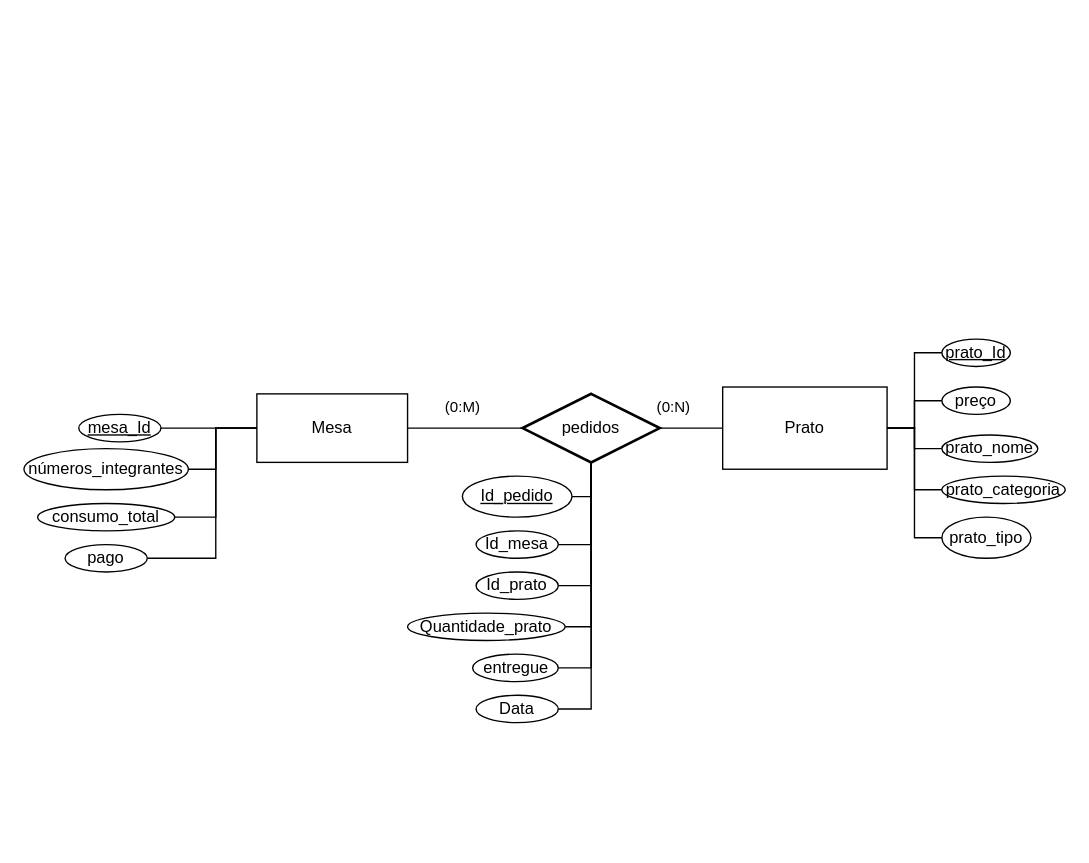
LucasEdu-code/BD_projeto_v1 keeps this draw.io diagram as Modelagem/Diagrama ER.drawio. Above is the earlier version. Source tidied: cells renumbered, new cells numbered last; positions are measured from the earlier drawing's top-left corner, leaving out a move shared by most shapes. Both pictures are drawn from the tidied source at 137%, with x=0, y=0 at pixel (23, 338).
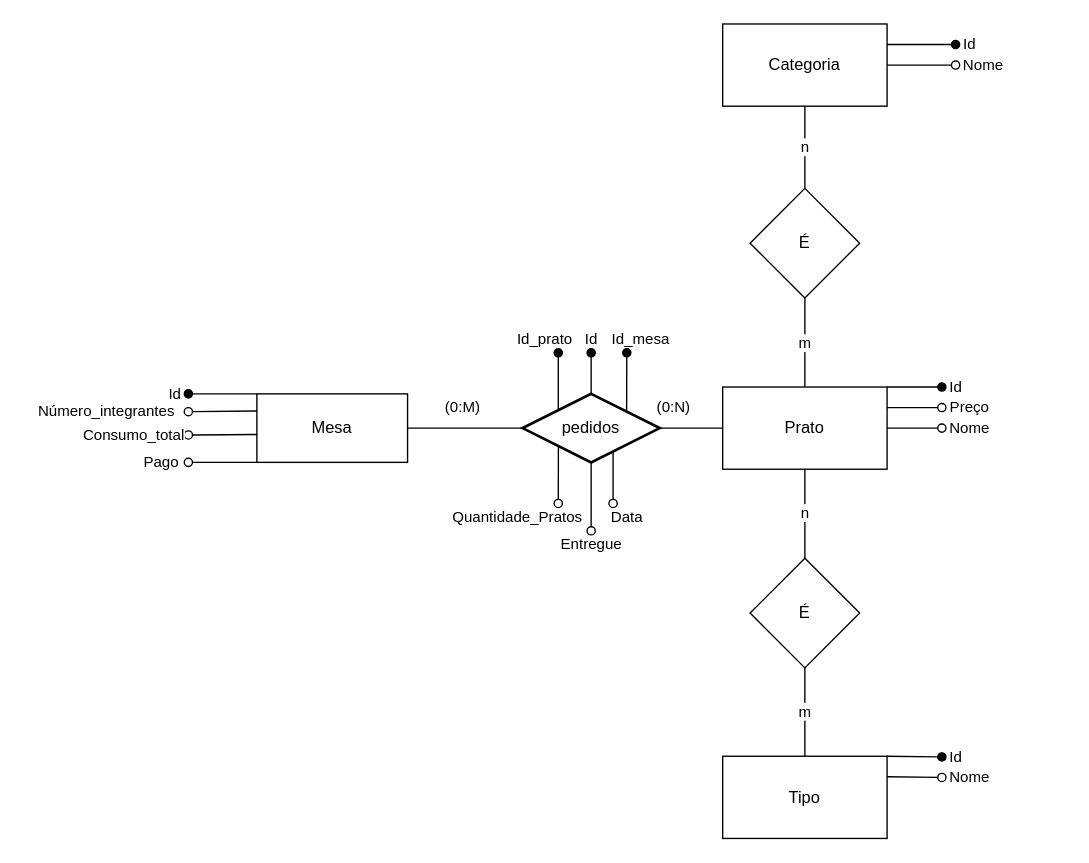
The same diagram, later.

Unchanged cells that the change refers to:
```xml
<mxCell id="2" value="&lt;div&gt;Mesa&lt;/div&gt;" style="html=1;whiteSpace=wrap;" parent="1" vertex="1">
  <mxGeometry x="170" y="40" width="110" height="50" as="geometry" />
</mxCell>
<mxCell id="5" value="&lt;div&gt;pedidos&lt;/div&gt;" style="strokeWidth=2;html=1;shape=mxgraph.flowchart.decision;whiteSpace=wrap;" parent="1" vertex="1">
  <mxGeometry x="364" y="40" width="100" height="50" as="geometry" />
</mxCell>
```

What changed in the source:
```diff
@@
-    <mxCell id="6" style="edgeStyle=orthogonalEdgeStyle;rounded=0;jettySize=auto;html=1;endArrow=none;endFill=0;" parent="1" edge="1" source="7" target="2">
-      <mxGeometry relative="1" as="geometry" />
-    </mxCell>
-    <mxCell id="7" value="&lt;u&gt;mesa_Id&lt;/u&gt;" style="ellipse;whiteSpace=wrap;html=1;" parent="1" vertex="1">
-      <mxGeometry x="40" y="55" width="60" height="20" as="geometry" />
-    </mxCell>
-    <mxCell id="8" style="edgeStyle=orthogonalEdgeStyle;rounded=0;jettySize=auto;html=1;endArrow=none;endFill=0;" parent="1" edge="1" source="9" target="2">
-      <mxGeometry relative="1" as="geometry">
-        <Array as="points">
-          <mxPoint x="140" y="95" />
-          <mxPoint x="140" y="65" />
-        </Array>
-      </mxGeometry>
-    </mxCell>
-    <mxCell id="9" value="números_integrantes" style="ellipse;whiteSpace=wrap;html=1;" parent="1" vertex="1">
-      <mxGeometry y="80" width="120" height="30" as="geometry" />
-    </mxCell>
-    <mxCell id="10" style="edgeStyle=orthogonalEdgeStyle;rounded=0;jettySize=auto;html=1;exitX=1;exitY=0.5;exitDx=0;exitDy=0;entryX=0;entryY=0.5;entryDx=0;entryDy=0;endArrow=none;endFill=0;" parent="1" edge="1" source="11" target="2">
-      <mxGeometry relative="1" as="geometry">
-        <Array as="points">
-          <mxPoint x="140" y="130" />
-          <mxPoint x="140" y="65" />
-        </Array>
-      </mxGeometry>
-    </mxCell>
-    <mxCell id="11" value="consumo_total" style="ellipse;whiteSpace=wrap;html=1;" parent="1" vertex="1">
-      <mxGeometry x="10" y="120" width="100" height="20" as="geometry" />
-    </mxCell>
-    <mxCell id="12" style="edgeStyle=orthogonalEdgeStyle;rounded=0;jettySize=auto;html=1;exitX=1;exitY=0.5;exitDx=0;exitDy=0;entryX=0;entryY=0.5;entryDx=0;entryDy=0;endArrow=none;endFill=0;" parent="1" edge="1" source="13" target="2">
-      <mxGeometry relative="1" as="geometry">
-        <Array as="points">
-          <mxPoint x="140" y="160" />
-          <mxPoint x="140" y="65" />
-        </Array>
-      </mxGeometry>
-    </mxCell>
-    <mxCell id="13" value="pago" style="ellipse;whiteSpace=wrap;html=1;" parent="1" vertex="1">
-      <mxGeometry x="30" y="150" width="60" height="20" as="geometry" />
-    </mxCell>
-    <mxCell id="14" style="edgeStyle=orthogonalEdgeStyle;rounded=0;jettySize=auto;html=1;exitX=1;exitY=0.5;exitDx=0;exitDy=0;entryX=0.5;entryY=1;entryDx=0;entryDy=0;entryPerimeter=0;endArrow=none;endFill=0;" parent="1" edge="1" source="15" target="5">
-      <mxGeometry relative="1" as="geometry" />
-    </mxCell>
+    <mxCell id="34" value="Prato" style="rounded=0;whiteSpace=wrap;html=1;" parent="1" vertex="1">
+      <mxGeometry x="510" y="35" width="120" height="60" as="geometry" />
+    </mxCell>
+    <mxCell id="37" value="n" style="edgeStyle=orthogonalEdgeStyle;rounded=0;jettySize=auto;html=1;endArrow=none;endFill=0;" parent="1" edge="1" source="39" target="40">
+      <mxGeometry relative="1" as="geometry" />
+    </mxCell>
+    <mxCell id="38" value="m" style="edgeStyle=orthogonalEdgeStyle;rounded=0;jettySize=auto;html=1;endArrow=none;endFill=0;" parent="1" edge="1" source="39" target="34">
+      <mxGeometry relative="1" as="geometry" />
+    </mxCell>
+    <mxCell id="39" value="É" style="rhombus;whiteSpace=wrap;html=1;" parent="1" vertex="1">
+      <mxGeometry x="530" y="-110" width="80" height="80" as="geometry" />
+    </mxCell>
+    <mxCell id="40" value="Categoria" style="rounded=0;whiteSpace=wrap;html=1;" parent="1" vertex="1">
+      <mxGeometry x="510" y="-230" width="120" height="60" as="geometry" />
+    </mxCell>
+    <mxCell id="41" value="n" style="edgeStyle=orthogonalEdgeStyle;rounded=0;jettySize=auto;html=1;endArrow=none;endFill=0;" parent="1" edge="1" source="43" target="34">
+      <mxGeometry relative="1" as="geometry" />
+    </mxCell>
+    <mxCell id="42" value="m" style="edgeStyle=orthogonalEdgeStyle;rounded=0;jettySize=auto;html=1;endArrow=none;endFill=0;" parent="1" edge="1" source="43" target="44">
+      <mxGeometry relative="1" as="geometry" />
+    </mxCell>
+    <mxCell id="43" value="É" style="rhombus;whiteSpace=wrap;html=1;" parent="1" vertex="1">
+      <mxGeometry x="530" y="160" width="80" height="80" as="geometry" />
+    </mxCell>
+    <mxCell id="44" value="Tipo" style="rounded=0;whiteSpace=wrap;html=1;" parent="1" vertex="1">
+      <mxGeometry x="510" y="304.5" width="120" height="60" as="geometry" />
+    </mxCell>
+    <mxCell id="45" value="Id" style="endArrow=oval;html=1;rounded=0;exitX=1;exitY=0.25;exitDx=0;exitDy=0;endFill=1;" parent="1" edge="1" source="40">
+      <mxGeometry x="1" y="10" relative="1" as="geometry">
+        <mxPoint x="680" y="-215" as="targetPoint" />
+        <mxPoint x="10" y="10" as="offset" />
+      </mxGeometry>
+    </mxCell>
+    <mxCell id="46" value="Nome" style="endArrow=oval;html=1;rounded=0;exitX=1;exitY=0.5;exitDx=0;exitDy=0;endFill=0;" parent="1" edge="1" source="40">
+      <mxGeometry x="1" y="20" relative="1" as="geometry">
+        <mxPoint x="680" y="-200" as="targetPoint" />
+        <mxPoint x="20" y="20" as="offset" />
+      </mxGeometry>
+    </mxCell>
+    <mxCell id="47" value="Id" style="endArrow=oval;html=1;rounded=0;exitX=1;exitY=0;exitDx=0;exitDy=0;endFill=1;" parent="1" edge="1" source="34">
+      <mxGeometry x="1" y="10" relative="1" as="geometry">
+        <mxPoint x="670" y="35" as="targetPoint" />
+        <mxPoint x="10" y="10" as="offset" />
+      </mxGeometry>
+    </mxCell>
+    <mxCell id="48" value="Preço" style="endArrow=oval;html=1;rounded=0;exitX=1;exitY=0.25;exitDx=0;exitDy=0;endFill=0;" parent="1" edge="1" source="34">
+      <mxGeometry x="1" y="20" relative="1" as="geometry">
+        <mxPoint x="670" y="50" as="targetPoint" />
+        <mxPoint x="20" y="20" as="offset" />
+      </mxGeometry>
+    </mxCell>
+    <mxCell id="49" value="Nome" style="endArrow=oval;html=1;rounded=0;exitX=1;exitY=0.5;exitDx=0;exitDy=0;endFill=0;" parent="1" edge="1" source="34">
+      <mxGeometry x="1" y="20" relative="1" as="geometry">
+        <mxPoint x="670" y="65" as="targetPoint" />
+        <mxPoint x="20" y="20" as="offset" />
+      </mxGeometry>
+    </mxCell>
+    <mxCell id="50" value="Id" style="endArrow=oval;html=1;rounded=0;exitX=1;exitY=0;exitDx=0;exitDy=0;endFill=1;" parent="1" edge="1" source="44">
+      <mxGeometry x="1" y="10" relative="1" as="geometry">
+        <mxPoint x="670" y="305" as="targetPoint" />
+        <mxPoint x="10" y="10" as="offset" />
+      </mxGeometry>
+    </mxCell>
+    <mxCell id="51" value="Nome" style="endArrow=oval;html=1;rounded=0;exitX=1;exitY=0.25;exitDx=0;exitDy=0;endFill=0;" parent="1" edge="1" source="44">
+      <mxGeometry x="1" y="20" relative="1" as="geometry">
+        <mxPoint x="670" y="320" as="targetPoint" />
+        <mxPoint x="20" y="20" as="offset" />
+      </mxGeometry>
+    </mxCell>
+    <mxCell id="52" value="Id" style="endArrow=none;html=1;rounded=0;entryX=0;entryY=0;entryDx=0;entryDy=0;endFill=0;startArrow=oval;startFill=1;" parent="1" edge="1" target="2">
+      <mxGeometry x="-1" y="10" relative="1" as="geometry">
+        <mxPoint x="120" y="40" as="sourcePoint" />
+        <mxPoint x="-10" y="10" as="offset" />
+      </mxGeometry>
+    </mxCell>
+    <mxCell id="53" value="Número_integrantes" style="endArrow=oval;html=1;rounded=0;exitX=0;exitY=0.25;exitDx=0;exitDy=0;endFill=0;" parent="1" edge="1" source="2">
+      <mxGeometry x="1" y="-60" relative="1" as="geometry">
+        <mxPoint x="120" y="53" as="targetPoint" />
+        <mxPoint x="-59" y="60" as="offset" />
+      </mxGeometry>
+    </mxCell>
+    <mxCell id="54" value="Consumo_total" style="endArrow=oval;html=1;rounded=0;endFill=0;exitX=0.001;exitY=0.593;exitDx=0;exitDy=0;exitPerimeter=0;" parent="1" edge="1" source="2">
+      <mxGeometry x="1" y="-40" relative="1" as="geometry">
+        <mxPoint x="120" y="70" as="targetPoint" />
+        <mxPoint x="-40" y="40" as="offset" />
+      </mxGeometry>
+    </mxCell>
+    <mxCell id="55" value="Pago" style="endArrow=oval;html=1;rounded=0;endFill=0;exitX=0;exitY=1;exitDx=0;exitDy=0;" parent="1" edge="1" source="2">
+      <mxGeometry x="1" y="20" relative="1" as="geometry">
+        <mxPoint x="120" y="90" as="targetPoint" />
+        <mxPoint x="-20" y="-20" as="offset" />
+      </mxGeometry>
+    </mxCell>
+    <mxCell id="56" value="Id" style="endArrow=oval;html=1;rounded=0;endFill=1;exitX=0.5;exitY=0;exitDx=0;exitDy=0;exitPerimeter=0;" parent="1" edge="1" source="5">
+      <mxGeometry x="1" y="10" relative="1" as="geometry">
+        <mxPoint x="414" y="10" as="targetPoint" />
+        <mxPoint x="10" y="-10" as="offset" />
+      </mxGeometry>
+    </mxCell>
+    <mxCell id="17" value="Id_prato" style="endArrow=oval;html=1;rounded=0;exitX=0.26;exitY=0.238;exitDx=0;exitDy=0;exitPerimeter=0;endFill=1;" parent="1" edge="1" source="5">
+      <mxGeometry x="1" y="14" relative="1" as="geometry">
+        <mxPoint x="390" y="10" as="targetPoint" />
+        <mxPoint x="4" y="-10" as="offset" />
+      </mxGeometry>
+    </mxCell>
-    <mxCell id="15" value="Id_mesa" style="ellipse;whiteSpace=wrap;html=1;" parent="1" vertex="1">
-      <mxGeometry x="330" y="140" width="60" height="20" as="geometry" />
+    <mxCell id="15" value="Id_mesa" style="endArrow=oval;html=1;rounded=0;endFill=1;exitX=0.759;exitY=0.275;exitDx=0;exitDy=0;exitPerimeter=0;" parent="1" edge="1" source="5">
+      <mxGeometry x="1" y="-14" relative="1" as="geometry">
+        <mxPoint x="440" y="10" as="targetPoint" />
+        <mxPoint x="-4" y="-10" as="offset" />
+      </mxGeometry>
     </mxCell>
-    <mxCell id="16" style="edgeStyle=orthogonalEdgeStyle;rounded=0;jettySize=auto;html=1;exitX=1;exitY=0.5;exitDx=0;exitDy=0;entryX=0.5;entryY=1;entryDx=0;entryDy=0;entryPerimeter=0;endArrow=none;endFill=0;" parent="1" edge="1" source="17" target="5">
-      <mxGeometry relative="1" as="geometry" />
-    </mxCell>
-    <mxCell id="17" value="Id_prato" style="ellipse;whiteSpace=wrap;html=1;" parent="1" vertex="1">
-      <mxGeometry x="330" y="170" width="60" height="20" as="geometry" />
-    </mxCell>
-    <mxCell id="18" style="edgeStyle=orthogonalEdgeStyle;rounded=0;jettySize=auto;html=1;exitX=1;exitY=0.5;exitDx=0;exitDy=0;entryX=0.5;entryY=1;entryDx=0;entryDy=0;entryPerimeter=0;endArrow=none;endFill=0;" parent="1" edge="1" source="19" target="5">
-      <mxGeometry relative="1" as="geometry">
-        <Array as="points">
-          <mxPoint x="414" y="210" />
-        </Array>
-      </mxGeometry>
-    </mxCell>
-    <mxCell id="19" value="Quantidade_prato" style="ellipse;whiteSpace=wrap;html=1;" parent="1" vertex="1">
-      <mxGeometry x="280" y="200" width="115" height="20" as="geometry" />
-    </mxCell>
-    <mxCell id="20" style="edgeStyle=orthogonalEdgeStyle;rounded=0;jettySize=auto;html=1;exitX=1;exitY=0.5;exitDx=0;exitDy=0;endArrow=none;endFill=0;" parent="1" edge="1" source="21" target="5">
-      <mxGeometry relative="1" as="geometry" />
-    </mxCell>
-    <mxCell id="21" value="entregue" style="ellipse;whiteSpace=wrap;html=1;" parent="1" vertex="1">
-      <mxGeometry x="327.5" y="230" width="62.5" height="20" as="geometry" />
-    </mxCell>
-    <mxCell id="22" style="edgeStyle=orthogonalEdgeStyle;rounded=0;jettySize=auto;html=1;exitX=0;exitY=0.5;exitDx=0;exitDy=0;entryX=1;entryY=0.5;entryDx=0;entryDy=0;endArrow=none;endFill=0;" parent="1" edge="1" source="23" target="34">
-      <mxGeometry relative="1" as="geometry" />
-    </mxCell>
-    <mxCell id="23" value="&lt;u&gt;prato_Id&lt;/u&gt;" style="ellipse;whiteSpace=wrap;html=1;" parent="1" vertex="1">
-      <mxGeometry x="670" width="50" height="20" as="geometry" />
-    </mxCell>
-    <mxCell id="24" style="edgeStyle=orthogonalEdgeStyle;rounded=0;jettySize=auto;html=1;exitX=0;exitY=0.5;exitDx=0;exitDy=0;endArrow=none;endFill=0;" parent="1" edge="1" source="25" target="34">
-      <mxGeometry relative="1" as="geometry" />
-    </mxCell>
-    <mxCell id="25" value="prato_nome" style="ellipse;whiteSpace=wrap;html=1;" parent="1" vertex="1">
-      <mxGeometry x="670" y="70" width="70" height="20" as="geometry" />
-    </mxCell>
-    <mxCell id="26" style="edgeStyle=orthogonalEdgeStyle;rounded=0;jettySize=auto;html=1;exitX=0;exitY=0.5;exitDx=0;exitDy=0;entryX=1;entryY=0.5;entryDx=0;entryDy=0;endArrow=none;endFill=0;" parent="1" edge="1" source="27" target="34">
-      <mxGeometry relative="1" as="geometry" />
-    </mxCell>
-    <mxCell id="27" value="prato_categoria" style="ellipse;whiteSpace=wrap;html=1;" parent="1" vertex="1">
-      <mxGeometry x="670" y="100" width="90" height="20" as="geometry" />
-    </mxCell>
-    <mxCell id="28" style="edgeStyle=orthogonalEdgeStyle;rounded=0;jettySize=auto;html=1;exitX=0;exitY=0.5;exitDx=0;exitDy=0;entryX=1;entryY=0.5;entryDx=0;entryDy=0;endArrow=none;endFill=0;" parent="1" edge="1" source="29" target="34">
-      <mxGeometry relative="1" as="geometry" />
-    </mxCell>
-    <mxCell id="29" value="prato_tipo" style="ellipse;whiteSpace=wrap;html=1;" parent="1" vertex="1">
-      <mxGeometry x="670" y="130" width="65" height="30" as="geometry" />
-    </mxCell>
-    <mxCell id="30" style="edgeStyle=orthogonalEdgeStyle;rounded=0;jettySize=auto;html=1;endArrow=none;endFill=0;" parent="1" edge="1" source="31" target="5">
-      <mxGeometry relative="1" as="geometry">
-        <Array as="points">
-          <mxPoint x="414" y="115" />
-        </Array>
-      </mxGeometry>
-    </mxCell>
-    <mxCell id="31" value="&lt;u&gt;Id_pedido&lt;/u&gt;" style="ellipse;whiteSpace=wrap;html=1;" parent="1" vertex="1">
-      <mxGeometry x="320" y="100" width="80" height="30" as="geometry" />
-    </mxCell>
-    <mxCell id="32" style="edgeStyle=orthogonalEdgeStyle;rounded=0;jettySize=auto;html=1;exitX=1;exitY=0.5;exitDx=0;exitDy=0;endArrow=none;endFill=0;" parent="1" edge="1" source="33" target="5">
-      <mxGeometry relative="1" as="geometry">
-        <Array as="points">
-          <mxPoint x="414" y="270" />
-        </Array>
-      </mxGeometry>
-    </mxCell>
+    <mxCell id="57" value="&lt;div&gt;Quantidade_Pratos&lt;/div&gt;" style="endArrow=oval;html=1;rounded=0;endFill=0;exitX=0.261;exitY=0.767;exitDx=0;exitDy=0;exitPerimeter=0;" parent="1" edge="1" source="5">
+      <mxGeometry x="1" y="-32" relative="1" as="geometry">
+        <mxPoint x="390" y="120" as="targetPoint" />
+        <mxPoint x="2" y="10" as="offset" />
+      </mxGeometry>
+    </mxCell>
+    <mxCell id="58" value="Entregue" style="endArrow=oval;html=1;rounded=0;endFill=0;exitX=0.5;exitY=1;exitDx=0;exitDy=0;exitPerimeter=0;" parent="1" edge="1" source="5">
+      <mxGeometry x="1" y="10" relative="1" as="geometry">
+        <mxPoint x="414" y="140" as="targetPoint" />
+        <mxPoint x="-10" y="10" as="offset" />
+      </mxGeometry>
+    </mxCell>
-    <mxCell id="33" value="Data" style="ellipse;whiteSpace=wrap;html=1;" parent="1" vertex="1">
-      <mxGeometry x="330" y="260" width="60" height="20" as="geometry" />
+    <mxCell id="33" value="Data" style="endArrow=oval;html=1;rounded=0;endFill=0;exitX=0.66;exitY=0.841;exitDx=0;exitDy=0;exitPerimeter=0;" parent="1" edge="1" source="5">
+      <mxGeometry x="1" y="14" relative="1" as="geometry">
+        <mxPoint x="430" y="120" as="targetPoint" />
+        <mxPoint x="-4" y="10" as="offset" />
+      </mxGeometry>
     </mxCell>
-    <mxCell id="34" value="Prato" style="rounded=0;whiteSpace=wrap;html=1;" parent="1" vertex="1">
-      <mxGeometry x="510" y="35" width="120" height="60" as="geometry" />
-    </mxCell>
-    <mxCell id="35" style="edgeStyle=orthogonalEdgeStyle;rounded=0;jettySize=auto;html=1;exitX=0;exitY=0.5;exitDx=0;exitDy=0;endArrow=none;endFill=0;" parent="1" edge="1" source="36" target="34">
-      <mxGeometry relative="1" as="geometry" />
-    </mxCell>
-    <mxCell id="36" value="preço" style="ellipse;whiteSpace=wrap;html=1;" parent="1" vertex="1">
-      <mxGeometry x="670" y="35" width="50" height="20" as="geometry" />
-    </mxCell>
```
